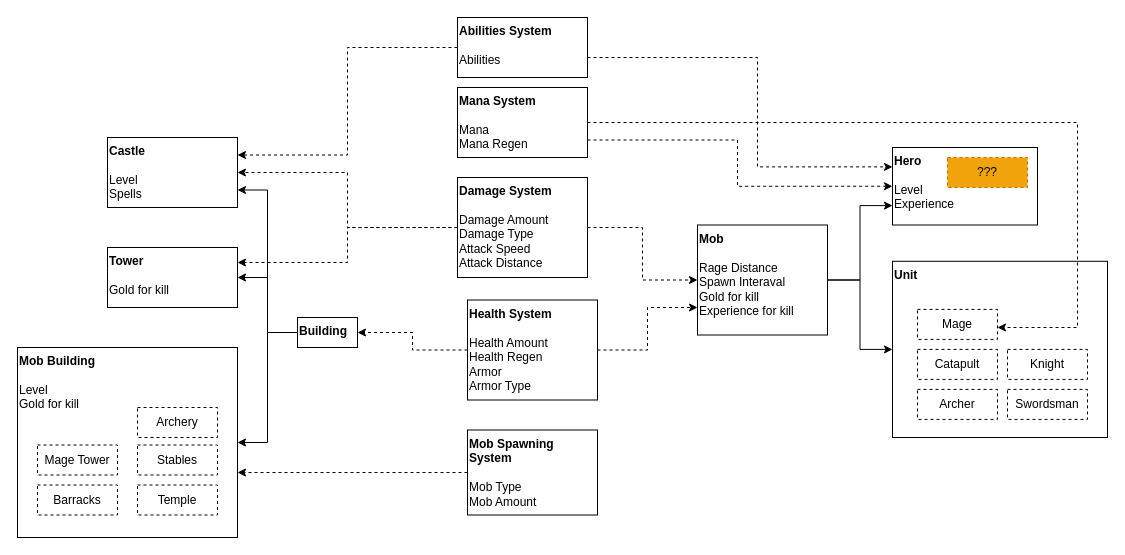
Before: Диаграмма без названия.drawio in aandrieiev1998/castle_fight_mobile, a draw.io diagram. Source tidied: cells renumbered, new cells numbered last; positions are measured from the earlier drawing's top-left corner, leaving out a move shared by most shapes. Both pictures are drawn from the tidied source at 100%, with x=0, y=0 at pixel (17, 17).
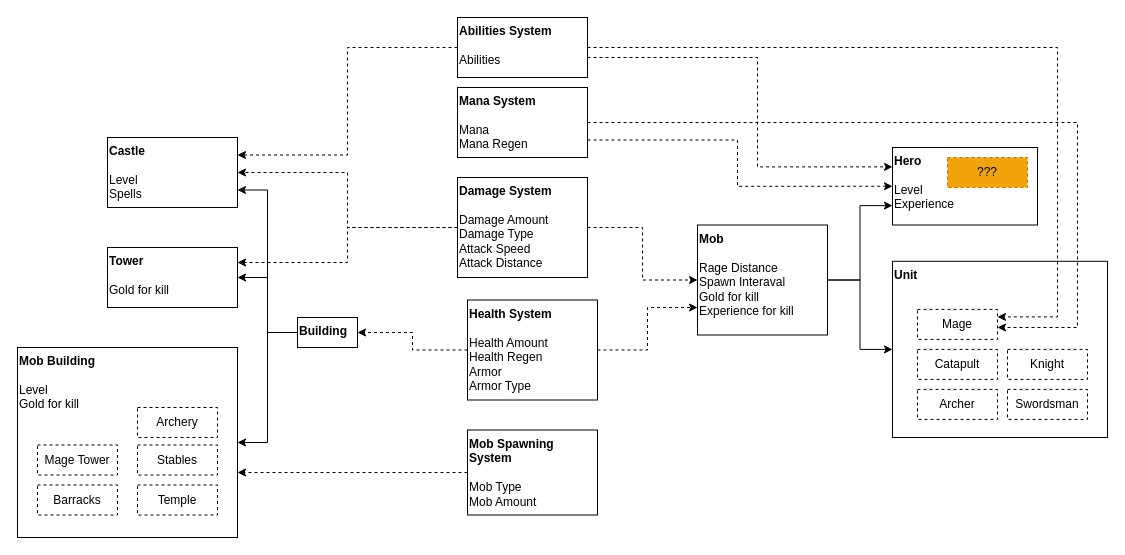
The same diagram, later.

Unchanged cells that the change refers to:
```xml
<mxCell id="24" value="Mage" style="rounded=0;whiteSpace=wrap;html=1;dashed=1;" parent="1" vertex="1">
  <mxGeometry x="900" y="291.9" width="80" height="30" as="geometry" />
</mxCell>
<mxCell id="31" value="&lt;b&gt;Abilities System&lt;br&gt;&lt;/b&gt;&lt;br&gt;Abilities" style="rounded=0;whiteSpace=wrap;html=1;align=left;verticalAlign=top;" parent="1" vertex="1">
  <mxGeometry x="440" width="130" height="60" as="geometry" />
</mxCell>
```

What changed in the source:
```diff
@@
+    <mxCell id="40" style="edgeStyle=orthogonalEdgeStyle;rounded=0;hachureGap=4;jettySize=auto;html=1;entryX=1;entryY=0.25;entryDx=0;entryDy=0;fontFamily=Architects Daughter;fontSize=16;dashed=1;" parent="1" edge="1" source="31" target="24">
+      <mxGeometry relative="1" as="geometry">
+        <Array as="points">
+          <mxPoint x="1040" y="30" />
+          <mxPoint x="1040" y="299" />
+        </Array>
+      </mxGeometry>
+    </mxCell>
```
